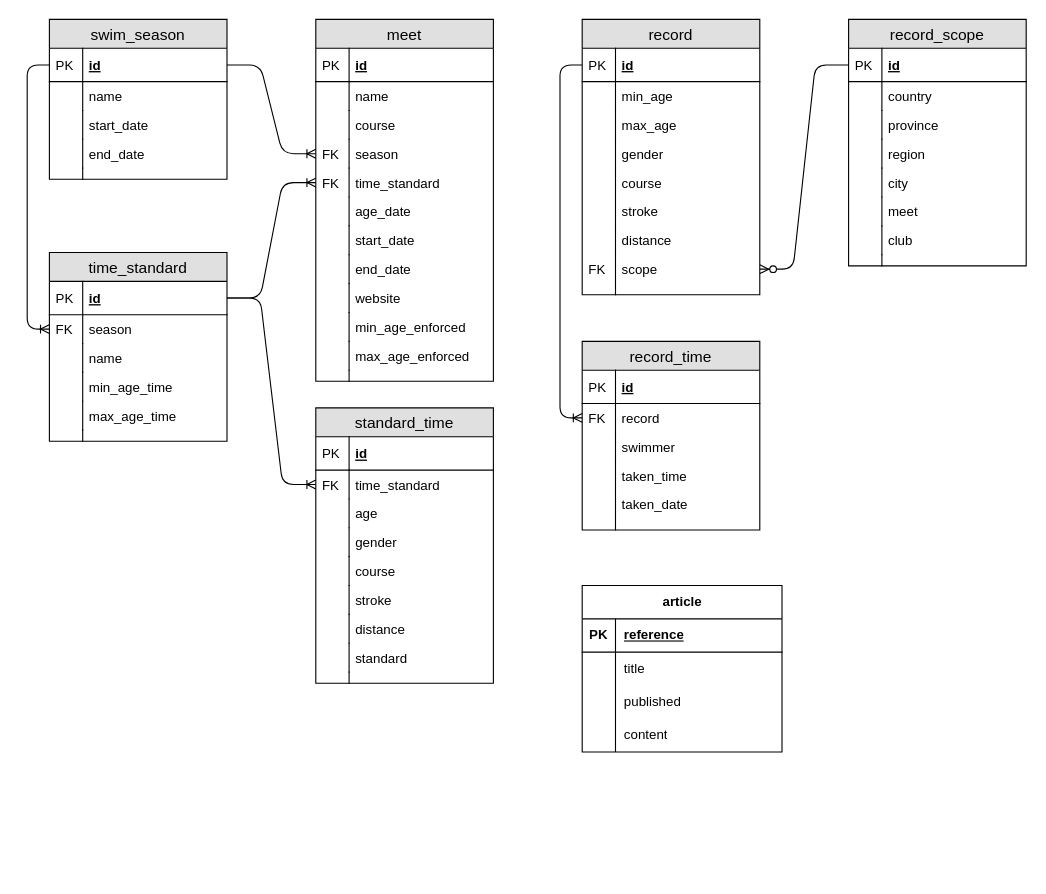
Above: docs/models.drawio in geekswimmers/geekswimmers (draw.io), before the change. Source tidied: cells renumbered, new cells numbered last; positions are measured from the earlier drawing's top-left corner, leaving out a move shared by most shapes. Both pictures are drawn from the tidied source at 111%, with x=0, y=0 at pixel (27, 19).
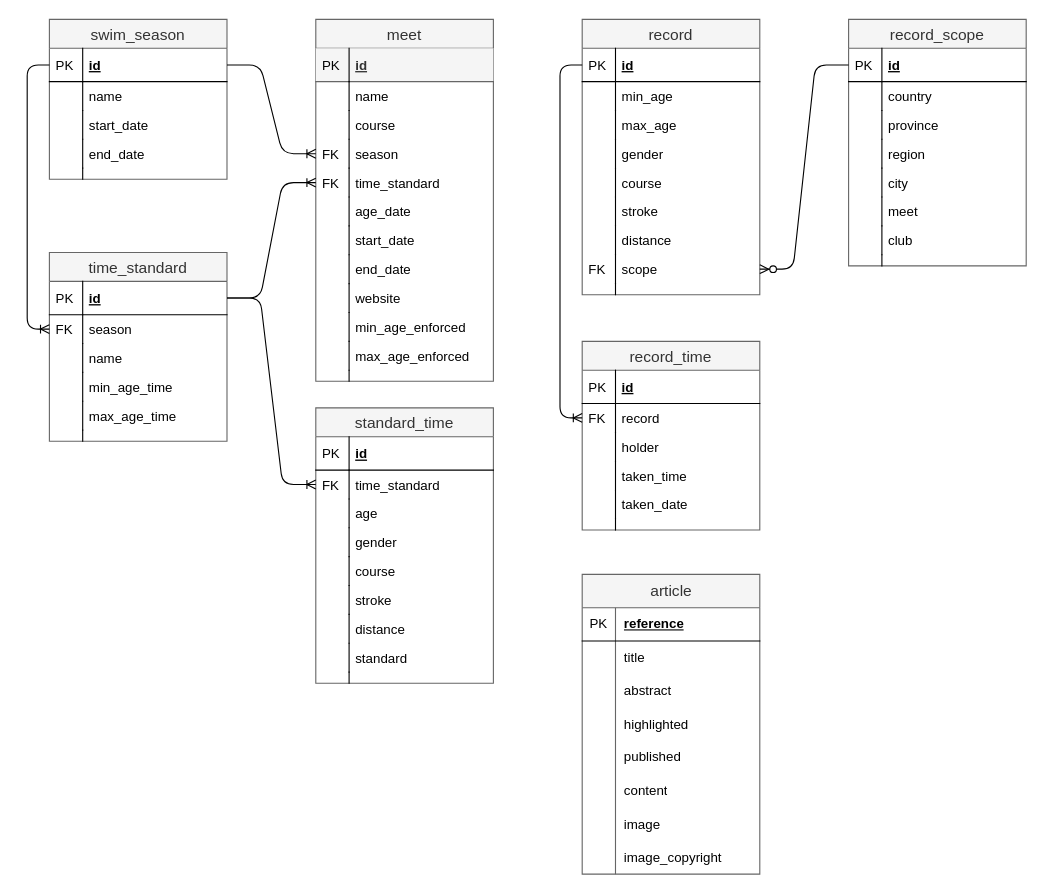
The same diagram, later.

Commit message (it also covers changes not shown here):
Updated database model

What changed in the source:
```diff
@@
-    <mxCell id="2" value="swim_season" style="swimlane;fontStyle=0;horizontal=1;startSize=26;fillColor=#e0e0e0;swimlaneFillColor=#ffffff;align=center;fontSize=14;" parent="1" vertex="1">
+    <mxCell id="2" value="swim_season" style="swimlane;fontStyle=0;horizontal=1;startSize=26;fillColor=#f5f5f5;swimlaneFillColor=#ffffff;align=center;fontSize=14;fontColor=#333333;strokeColor=#666666;" parent="1" vertex="1">
       <mxGeometry x="20" width="160" height="144" as="geometry" />
     </mxCell>
@@
-    <mxCell id="13" value="time_standard" style="swimlane;fontStyle=0;horizontal=1;startSize=26;fillColor=#e0e0e0;swimlaneFillColor=#ffffff;align=center;fontSize=14;" parent="1" vertex="1">
+    <mxCell id="13" value="time_standard" style="swimlane;fontStyle=0;horizontal=1;startSize=26;fillColor=#f5f5f5;swimlaneFillColor=#ffffff;align=center;fontSize=14;fontColor=#333333;strokeColor=#666666;" parent="1" vertex="1">
       <mxGeometry x="20" y="210" width="160" height="170" as="geometry" />
     </mxCell>
@@
-    <mxCell id="26" value="standard_time" style="swimlane;fontStyle=0;horizontal=1;startSize=26;fillColor=#e0e0e0;swimlaneFillColor=#ffffff;align=center;fontSize=14;" parent="1" vertex="1">
+    <mxCell id="26" value="standard_time" style="swimlane;fontStyle=0;horizontal=1;startSize=26;fillColor=#f5f5f5;swimlaneFillColor=#ffffff;align=center;fontSize=14;fontColor=#333333;strokeColor=#666666;" parent="1" vertex="1">
       <mxGeometry x="260" y="350" width="160" height="248" as="geometry" />
     </mxCell>
@@
-    <mxCell id="45" value="meet" style="swimlane;fontStyle=0;horizontal=1;startSize=26;fillColor=#e0e0e0;swimlaneFillColor=#ffffff;align=center;fontSize=14;" parent="1" vertex="1">
+    <mxCell id="45" value="meet" style="swimlane;fontStyle=0;horizontal=1;startSize=26;fillColor=#f5f5f5;swimlaneFillColor=#ffffff;align=center;fontSize=14;fontColor=#333333;strokeColor=#666666;" parent="1" vertex="1">
       <mxGeometry x="260" width="160" height="326" as="geometry" />
     </mxCell>
-    <mxCell id="46" value="id" style="shape=partialRectangle;top=0;left=0;right=0;bottom=1;align=left;verticalAlign=middle;fillColor=none;spacingLeft=34;spacingRight=4;overflow=hidden;fontStyle=5;fontSize=12;" parent="45" vertex="1">
+    <mxCell id="46" value="id" style="shape=partialRectangle;top=0;left=0;right=0;bottom=1;align=left;verticalAlign=middle;fillColor=#f5f5f5;spacingLeft=34;spacingRight=4;overflow=hidden;fontStyle=5;fontSize=12;fontColor=#333333;strokeColor=#666666;" parent="45" vertex="1">
       <mxGeometry y="26" width="160" height="30" as="geometry" />
     </mxCell>
@@
-    <mxCell id="74" value="record" style="swimlane;fontStyle=0;horizontal=1;startSize=26;fillColor=#e0e0e0;swimlaneFillColor=#ffffff;align=center;fontSize=14;" parent="1" vertex="1">
+    <mxCell id="74" value="record" style="swimlane;fontStyle=0;horizontal=1;startSize=26;fillColor=#f5f5f5;swimlaneFillColor=#ffffff;align=center;fontSize=14;fontColor=#333333;strokeColor=#666666;" parent="1" vertex="1">
       <mxGeometry x="500" width="160" height="248" as="geometry" />
     </mxCell>
@@
-    <mxCell id="93" value="record_time" style="swimlane;fontStyle=0;horizontal=1;startSize=26;fillColor=#e0e0e0;swimlaneFillColor=#ffffff;align=center;fontSize=14;" parent="1" vertex="1">
+    <mxCell id="93" value="record_time" style="swimlane;fontStyle=0;horizontal=1;startSize=26;fillColor=#f5f5f5;swimlaneFillColor=#ffffff;align=center;fontSize=14;fontColor=#333333;strokeColor=#666666;" parent="1" vertex="1">
       <mxGeometry x="500" y="290" width="160" height="170" as="geometry" />
     </mxCell>
@@
-    <mxCell id="98" value="swimmer" style="shape=partialRectangle;top=0;left=0;right=0;bottom=0;align=left;verticalAlign=top;fillColor=none;spacingLeft=34;spacingRight=4;overflow=hidden;fontSize=12;" parent="93" vertex="1">
+    <mxCell id="98" value="holder" style="shape=partialRectangle;top=0;left=0;right=0;bottom=0;align=left;verticalAlign=top;fillColor=none;spacingLeft=34;spacingRight=4;overflow=hidden;fontSize=12;" parent="93" vertex="1">
       <mxGeometry y="82" width="160" height="26" as="geometry" />
     </mxCell>
@@
-    <mxCell id="107" value="record_scope" style="swimlane;fontStyle=0;horizontal=1;startSize=26;fillColor=#e0e0e0;swimlaneFillColor=#ffffff;align=center;fontSize=14;" parent="1" vertex="1">
+    <mxCell id="107" value="record_scope" style="swimlane;fontStyle=0;horizontal=1;startSize=26;fillColor=#f5f5f5;swimlaneFillColor=#ffffff;align=center;fontSize=14;fontColor=#333333;strokeColor=#666666;" parent="1" vertex="1">
       <mxGeometry x="740" width="160" height="222" as="geometry" />
     </mxCell>
@@
-    <mxCell id="125" value="article" style="shape=table;startSize=30;childLayout=tableLayout;rowLines=0;fontStyle=1;align=center;html=1;" parent="1" vertex="1">
-      <mxGeometry x="500" y="510" width="180" height="150" as="geometry" />
+    <mxCell id="125" value="article" style="shape=table;startSize=30;childLayout=tableLayout;rowLines=0;fontStyle=0;align=center;html=1;fillColor=#f5f5f5;fontColor=#333333;strokeColor=#666666;fontSize=14;" parent="1" vertex="1">
+      <mxGeometry x="500" y="500" width="160" height="270" as="geometry" />
     </mxCell>
     <mxCell id="126" style="shape=tableRow;horizontal=0;startSize=0;swimlaneHead=0;swimlaneBody=0;fillColor=none;top=0;left=0;right=0;bottom=1;" parent="125" vertex="1">
-      <mxGeometry y="30" width="180" height="30" as="geometry" />
+      <mxGeometry y="30" width="160" height="30" as="geometry" />
     </mxCell>
-    <mxCell id="127" value="PK" style="shape=partialRectangle;fillColor=none;top=0;left=0;bottom=0;right=0;fontStyle=1;overflow=hidden;whiteSpace=wrap;html=1;" parent="126" vertex="1">
+    <mxCell id="127" value="PK" style="shape=partialRectangle;fillColor=none;top=0;left=0;bottom=0;right=0;fontStyle=0;overflow=hidden;whiteSpace=wrap;html=1;" parent="126" vertex="1">
       <mxGeometry width="30" height="30" as="geometry" />
     </mxCell>
     <mxCell id="128" value="reference" style="shape=partialRectangle;fillColor=none;top=0;left=0;bottom=0;right=0;align=left;spacingLeft=6;fontStyle=5;overflow=hidden;whiteSpace=wrap;html=1;" parent="126" vertex="1">
-      <mxGeometry x="30" width="150" height="30" as="geometry" />
+      <mxGeometry x="30" width="130" height="30" as="geometry" />
     </mxCell>
     <mxCell id="129" style="shape=tableRow;horizontal=0;startSize=0;swimlaneHead=0;swimlaneBody=0;fillColor=none;top=0;left=0;right=0;bottom=0;" parent="125" vertex="1">
-      <mxGeometry y="60" width="180" height="30" as="geometry" />
+      <mxGeometry y="60" width="160" height="30" as="geometry" />
     </mxCell>
@@
     <mxCell id="131" value="title" style="shape=partialRectangle;fillColor=none;top=0;left=0;bottom=0;right=0;align=left;spacingLeft=6;overflow=hidden;whiteSpace=wrap;html=1;" parent="129" vertex="1">
-      <mxGeometry x="30" width="150" height="30" as="geometry" />
+      <mxGeometry x="30" width="130" height="30" as="geometry" />
     </mxCell>
+    <mxCell id="138" style="shape=tableRow;horizontal=0;startSize=0;swimlaneHead=0;swimlaneBody=0;fillColor=none;top=0;left=0;right=0;bottom=0;" parent="125" vertex="1">
+      <mxGeometry y="90" width="160" height="30" as="geometry" />
+    </mxCell>
+    <mxCell id="139" style="shape=partialRectangle;fillColor=none;top=0;left=0;bottom=0;right=0;fontStyle=0;overflow=hidden;whiteSpace=wrap;html=1;" parent="138" vertex="1">
+      <mxGeometry width="30" height="30" as="geometry" />
+    </mxCell>
+    <mxCell id="140" value="abstract" style="shape=partialRectangle;fillColor=none;top=0;left=0;bottom=0;right=0;align=left;spacingLeft=6;fontStyle=0;overflow=hidden;whiteSpace=wrap;html=1;" parent="138" vertex="1">
+      <mxGeometry x="30" width="130" height="30" as="geometry" />
+    </mxCell>
+    <mxCell id="141" style="shape=tableRow;horizontal=0;startSize=0;swimlaneHead=0;swimlaneBody=0;fillColor=none;top=0;left=0;right=0;bottom=0;" parent="125" vertex="1">
+      <mxGeometry y="120" width="160" height="30" as="geometry" />
+    </mxCell>
+    <mxCell id="142" style="shape=partialRectangle;fillColor=none;top=0;left=0;bottom=0;right=0;overflow=hidden;" parent="141" vertex="1">
+      <mxGeometry width="30" height="30" as="geometry" />
+    </mxCell>
+    <mxCell id="143" value="highlighted" style="shape=partialRectangle;fillColor=none;top=0;left=0;bottom=0;right=0;align=left;spacingLeft=6;overflow=hidden;" parent="141" vertex="1">
+      <mxGeometry x="30" width="130" height="30" as="geometry" />
+    </mxCell>
     <mxCell id="132" style="shape=tableRow;horizontal=0;startSize=0;swimlaneHead=0;swimlaneBody=0;fillColor=none;top=0;left=0;right=0;bottom=0;" parent="125" vertex="1">
-      <mxGeometry y="90" width="180" height="30" as="geometry" />
+      <mxGeometry y="150" width="160" height="30" as="geometry" />
     </mxCell>
@@
     <mxCell id="134" value="published" style="shape=partialRectangle;fillColor=none;top=0;left=0;bottom=0;right=0;align=left;spacingLeft=6;overflow=hidden;whiteSpace=wrap;html=1;" parent="132" vertex="1">
-      <mxGeometry x="30" width="150" height="30" as="geometry" />
+      <mxGeometry x="30" width="130" height="30" as="geometry" />
     </mxCell>
     <mxCell id="135" style="shape=tableRow;horizontal=0;startSize=0;swimlaneHead=0;swimlaneBody=0;fillColor=none;top=0;left=0;right=0;bottom=0;" parent="125" vertex="1">
-      <mxGeometry y="120" width="180" height="30" as="geometry" />
+      <mxGeometry y="180" width="160" height="30" as="geometry" />
     </mxCell>
@@
     <mxCell id="137" value="content" style="shape=partialRectangle;fillColor=none;top=0;left=0;bottom=0;right=0;align=left;spacingLeft=6;overflow=hidden;whiteSpace=wrap;html=1;" parent="135" vertex="1">
-      <mxGeometry x="30" width="150" height="30" as="geometry" />
+      <mxGeometry x="30" width="130" height="30" as="geometry" />
     </mxCell>
+    <mxCell id="144" style="shape=tableRow;horizontal=0;startSize=0;swimlaneHead=0;swimlaneBody=0;fillColor=none;top=0;left=0;right=0;bottom=0;" parent="125" vertex="1">
+      <mxGeometry y="210" width="160" height="30" as="geometry" />
+    </mxCell>
+    <mxCell id="145" style="shape=partialRectangle;fillColor=none;top=0;left=0;bottom=0;right=0;overflow=hidden;" parent="144" vertex="1">
+      <mxGeometry width="30" height="30" as="geometry" />
+    </mxCell>
+    <mxCell id="146" value="image" style="shape=partialRectangle;fillColor=none;top=0;left=0;bottom=0;right=0;align=left;spacingLeft=6;overflow=hidden;" parent="144" vertex="1">
+      <mxGeometry x="30" width="130" height="30" as="geometry" />
+    </mxCell>
+    <mxCell id="147" style="shape=tableRow;horizontal=0;startSize=0;swimlaneHead=0;swimlaneBody=0;fillColor=none;top=0;left=0;right=0;bottom=0;" parent="125" vertex="1">
+      <mxGeometry y="240" width="160" height="30" as="geometry" />
+    </mxCell>
+    <mxCell id="148" style="shape=partialRectangle;fillColor=none;top=0;left=0;bottom=0;right=0;overflow=hidden;" parent="147" vertex="1">
+      <mxGeometry width="30" height="30" as="geometry" />
+    </mxCell>
+    <mxCell id="149" value="image_copyright" style="shape=partialRectangle;fillColor=none;top=0;left=0;bottom=0;right=0;align=left;spacingLeft=6;overflow=hidden;" parent="147" vertex="1">
+      <mxGeometry x="30" width="130" height="30" as="geometry" />
+    </mxCell>
```
